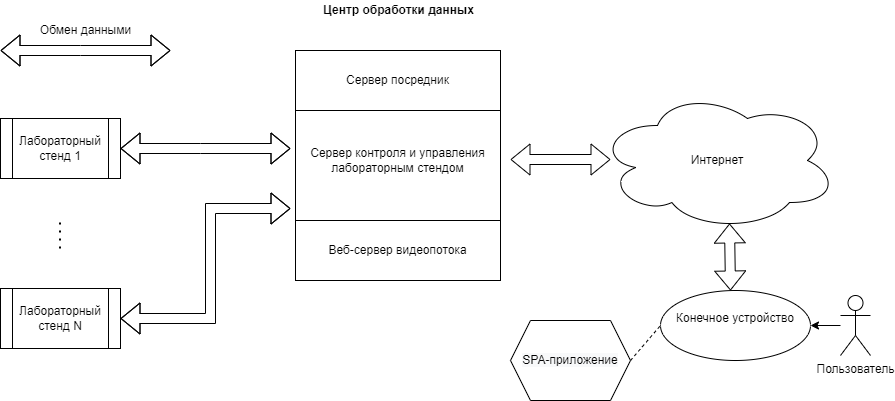
Above: scheme.png in KSergey-web/hardware-sfu-online (draw.io), before the change. Source tidied: cells renumbered, new cells last; positions are measured from the earlier drawing's top-left corner, leaving out a move shared by most shapes.
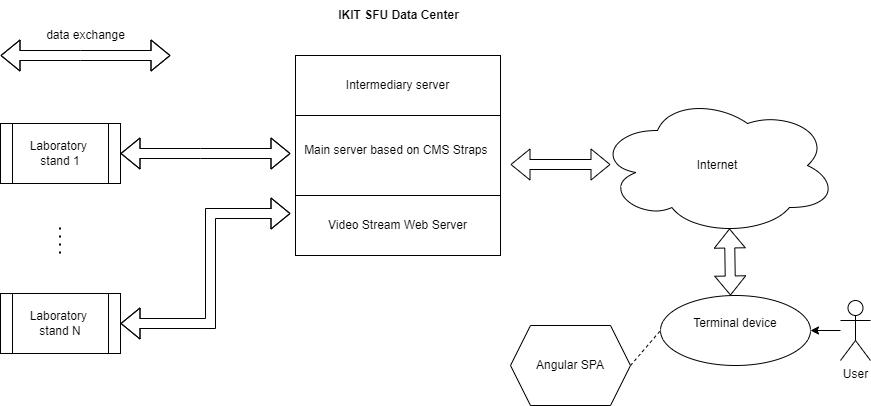
After the commit.

What changed in the source:
```diff
@@ -5,25 +5,25 @@
     <mxCell id="2" style="edgeStyle=orthogonalEdgeStyle;rounded=0;jettySize=auto;html=1;fontFamily=Helvetica;fontSize=12;" parent="1" edge="1" source="3" target="4">
       <mxGeometry relative="1" as="geometry" />
     </mxCell>
-    <mxCell id="3" value="Пользователь" style="shape=umlActor;verticalLabelPosition=bottom;verticalAlign=top;html=1;outlineConnect=0;" parent="1" vertex="1">
+    <mxCell id="3" value="User" style="shape=umlActor;verticalLabelPosition=bottom;verticalAlign=top;html=1;outlineConnect=0;" parent="1" vertex="1">
       <mxGeometry x="840" y="295" width="30" height="60" as="geometry" />
     </mxCell>
-    <mxCell id="4" value="&lt;br&gt;Конечное устройство" style="ellipse;whiteSpace=wrap;html=1;verticalAlign=top;" parent="1" vertex="1">
+    <mxCell id="4" value="&lt;br&gt;Terminal device" style="ellipse;whiteSpace=wrap;html=1;verticalAlign=top;" parent="1" vertex="1">
       <mxGeometry x="660" y="290" width="150" height="70" as="geometry" />
     </mxCell>
-    <mxCell id="5" value="Интернет" style="ellipse;shape=cloud;whiteSpace=wrap;html=1;align=center;" parent="1" vertex="1">
+    <mxCell id="5" value="Internet" style="ellipse;shape=cloud;whiteSpace=wrap;html=1;align=center;" parent="1" vertex="1">
       <mxGeometry x="597" y="90" width="240" height="140" as="geometry" />
     </mxCell>
-    <mxCell id="6" value="&lt;font style=&quot;font-size: 12px&quot;&gt;Лабораторный стенд 1&lt;/font&gt;" style="shape=process;whiteSpace=wrap;html=1;backgroundOutline=1;" parent="1" vertex="1">
+    <mxCell id="6" value="&lt;font style=&quot;font-size: 12px&quot;&gt;Laboratory &lt;br&gt;stand 1&lt;/font&gt;" style="shape=process;whiteSpace=wrap;html=1;backgroundOutline=1;" parent="1" vertex="1">
       <mxGeometry y="118" width="120" height="60" as="geometry" />
     </mxCell>
-    <mxCell id="7" value="&lt;font style=&quot;font-size: 12px&quot;&gt;Cервер контроля и управления&lt;br&gt;лабораторным стендом&lt;/font&gt;" style="rounded=0;whiteSpace=wrap;html=1;" parent="1" vertex="1">
-      <mxGeometry x="295" y="100" width="205" height="120" as="geometry" />
+    <mxCell id="7" value="Main server based on CMS Straps&amp;nbsp;" style="rounded=0;whiteSpace=wrap;html=1;" parent="1" vertex="1">
+      <mxGeometry x="295" y="100" width="205" height="90" as="geometry" />
     </mxCell>
-    <mxCell id="8" value="&lt;font style=&quot;font-size: 12px&quot;&gt;Веб-сервер видеопотока&lt;/font&gt;" style="rounded=0;whiteSpace=wrap;html=1;" parent="1" vertex="1">
-      <mxGeometry x="295" y="220" width="205" height="60" as="geometry" />
+    <mxCell id="8" value="&lt;font style=&quot;font-size: 12px&quot;&gt;Video Stream Web Server&lt;/font&gt;" style="rounded=0;whiteSpace=wrap;html=1;" parent="1" vertex="1">
+      <mxGeometry x="295" y="190" width="205" height="60" as="geometry" />
     </mxCell>
-    <mxCell id="9" value="Лабораторный стенд N" style="shape=process;whiteSpace=wrap;html=1;backgroundOutline=1;" parent="1" vertex="1">
+    <mxCell id="9" value="Laboratory &lt;br&gt;stand N" style="shape=process;whiteSpace=wrap;html=1;backgroundOutline=1;" parent="1" vertex="1">
       <mxGeometry y="288" width="120" height="60" as="geometry" />
     </mxCell>
     <mxCell id="10" style="endArrow=none;dashed=1;html=1;dashPattern=1 3;strokeWidth=2;rounded=0;" parent="1" edge="1">
@@ -69,21 +69,21 @@
         </Array>
       </mxGeometry>
     </mxCell>
-    <mxCell id="16" value="Обмен данными" style="text;html=1;align=center;verticalAlign=middle;strokeColor=none;fillColor=none;" parent="1" vertex="1">
-      <mxGeometry x="30" y="20" width="110" height="20" as="geometry" />
+    <mxCell id="16" value="data exchange" style="text;html=1;align=center;verticalAlign=middle;strokeColor=none;fillColor=none;" parent="1" vertex="1">
+      <mxGeometry x="35" y="15" width="100" height="30" as="geometry" />
     </mxCell>
-    <mxCell id="17" value="&lt;b&gt;Центр обработки данных&lt;/b&gt;" style="text;html=1;align=center;verticalAlign=middle;strokeColor=none;fillColor=none;fontSize=12;fontFamily=Helvetica;" parent="1" vertex="1">
-      <mxGeometry x="312.5" width="170" height="20" as="geometry" />
+    <mxCell id="17" value="&lt;b&gt;IKIT SFU Data Center&lt;/b&gt;" style="text;html=1;align=center;verticalAlign=middle;strokeColor=none;fillColor=none;fontSize=12;fontFamily=Helvetica;" parent="1" vertex="1">
+      <mxGeometry x="327.5" y="-5" width="140" height="30" as="geometry" />
     </mxCell>
     <mxCell id="18" style="endArrow=none;dashed=1;html=1;rounded=0;exitX=1;exitY=0.5;exitDx=0;exitDy=0;entryX=0;entryY=0.5;entryDx=0;entryDy=0;" parent="1" edge="1" target="4">
       <mxGeometry relative="1" as="geometry">
         <mxPoint x="630" y="360" as="sourcePoint" />
       </mxGeometry>
     </mxCell>
-    <mxCell id="19" value="&#10;&#10;&lt;span style=&quot;color: rgb(0, 0, 0); font-family: helvetica; font-size: 12px; font-style: normal; font-weight: 400; letter-spacing: normal; text-align: center; text-indent: 0px; text-transform: none; word-spacing: 0px; background-color: rgb(248, 249, 250); display: inline; float: none;&quot;&gt;SPA-приложение&lt;/span&gt;&#10;&#10;" style="shape=hexagon;perimeter=hexagonPerimeter2;whiteSpace=wrap;html=1;fixedSize=1;" parent="1" vertex="1">
+    <mxCell id="19" value="Angular SPA" style="shape=hexagon;perimeter=hexagonPerimeter2;whiteSpace=wrap;html=1;fixedSize=1;" parent="1" vertex="1">
       <mxGeometry x="510" y="320" width="120" height="80" as="geometry" />
     </mxCell>
-    <mxCell id="20" value="Сервер посредник" style="rounded=0;whiteSpace=wrap;html=1;" parent="1" vertex="1">
+    <mxCell id="20" value="Intermediary server" style="rounded=0;whiteSpace=wrap;html=1;" parent="1" vertex="1">
       <mxGeometry x="295" y="50" width="205" height="60" as="geometry" />
     </mxCell>
   </root>
```
